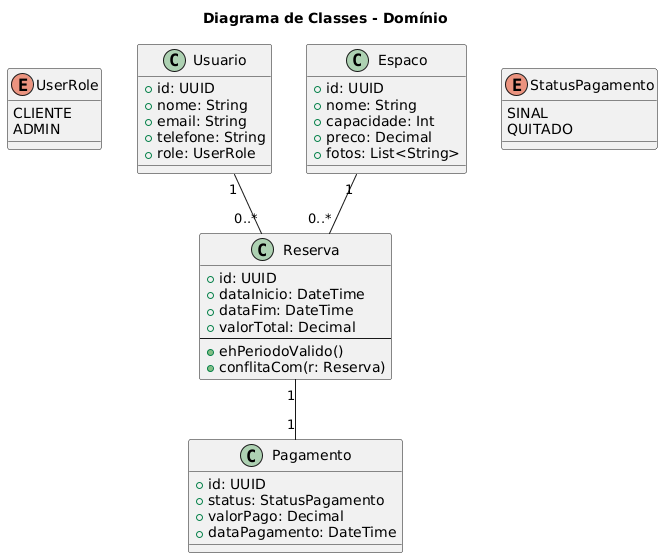
Before: uml/diagrama_de_classes.png, a diagram exported from PlantUML (LKrambeck/trabalho-design-software). Source of this version:
```plantuml
@startuml
title Diagrama de Classes - Domínio

enum UserRole {
    CLIENTE
    ADMIN
}

class Usuario {
    +id: UUID
    +nome: String
    +email: String
    +telefone: String
    +role: UserRole
}

class Espaco {
    +id: UUID
    +nome: String
    +capacidade: Int
    +preco: Decimal
    +fotos: List<String>
}

class Reserva {
    +id: UUID
    +dataInicio: DateTime
    +dataFim: DateTime
    +valorTotal: Decimal
    --
    +ehPeriodoValido()
    +conflitaCom(r: Reserva)
}

class Pagamento {
    +id: UUID
    +status: StatusPagamento
    +valorPago: Decimal
    +dataPagamento: DateTime
}

enum StatusPagamento {
    SINAL
    QUITADO
}

Usuario "1" -- "0..*" Reserva
Espaco "1" -- "0..*" Reserva
Reserva "1" -- "1" Pagamento
@enduml
```
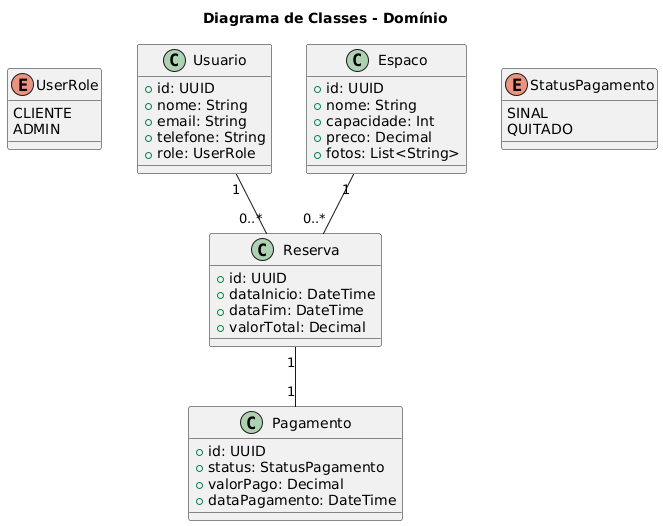
The same diagram one commit later.

Commit message:
update: atualiza os diagramas

What changed in the source:
```diff
@@ -27,9 +27,6 @@
     +dataInicio: DateTime
     +dataFim: DateTime
     +valorTotal: Decimal
-    --
-    +ehPeriodoValido()
-    +conflitaCom(r: Reserva)
 }
 
 class Pagamento {
```
